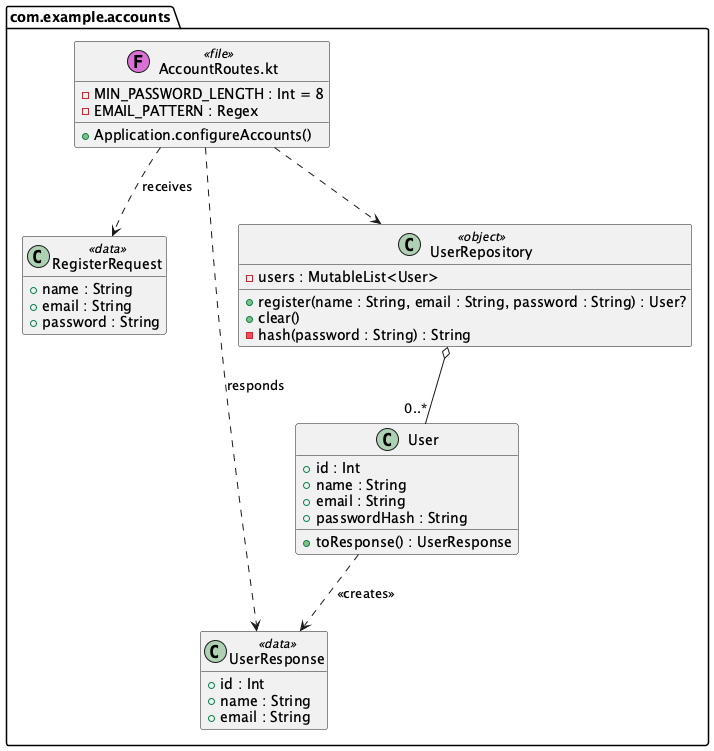
Earlier version of the PlantUML export docs/diagrams/class-accounts.png (Rent-a-car-38291/rent-a-car).
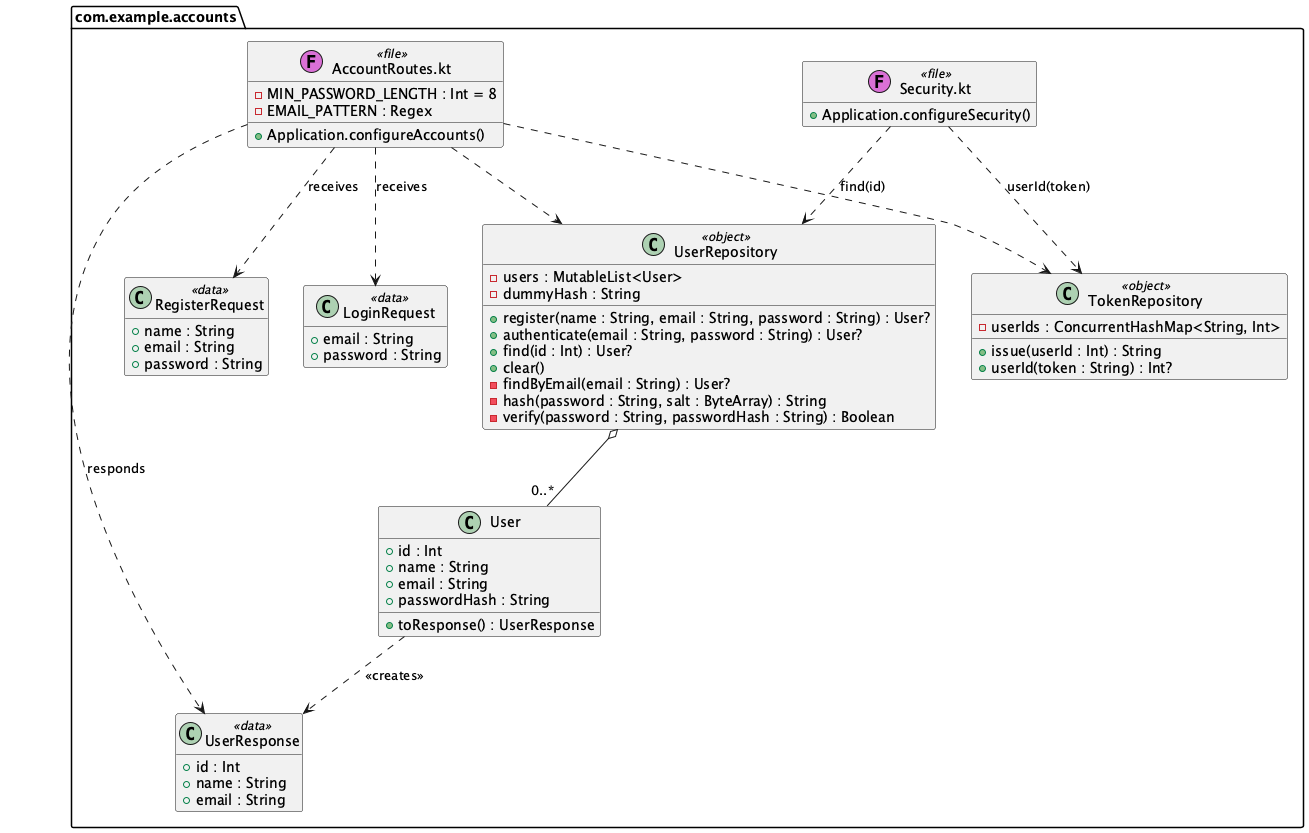
After the change.

The edit, as a diff of the source:
```diff
@@ -7,6 +7,9 @@
     - MIN_PASSWORD_LENGTH : Int = 8
     - EMAIL_PATTERN : Regex
     + Application.configureAccounts()
+  }
+  class "Security.kt" as Security <<(F,orchid) file>> {
+    + Application.configureSecurity()
   }
   class User {
     + id : Int
@@ -20,6 +23,10 @@
     + email : String
     + password : String
   }
+  class LoginRequest <<data>> {
+    + email : String
+    + password : String
+  }
   class UserResponse <<data>> {
     + id : Int
     + name : String
@@ -27,16 +34,30 @@
   }
   class UserRepository <<object>> {
     - users : MutableList<User>
+    - dummyHash : String
     + register(name : String, email : String, password : String) : User?
+    + authenticate(email : String, password : String) : User?
+    + find(id : Int) : User?
     + clear()
-    - hash(password : String) : String
+    - findByEmail(email : String) : User?
+    - hash(password : String, salt : ByteArray) : String
+    - verify(password : String, passwordHash : String) : Boolean
+  }
+  class TokenRepository <<object>> {
+    - userIds : ConcurrentHashMap<String, Int>
+    + issue(userId : Int) : String
+    + userId(token : String) : Int?
   }
 }
 
 UserRepository o-- "0..*" User
 User ..> UserResponse : <<creates>>
 AccountRoutes ..> RegisterRequest : receives
+AccountRoutes ..> LoginRequest : receives
 AccountRoutes ..> UserResponse : responds
 AccountRoutes ..> UserRepository
+AccountRoutes ..> TokenRepository
+Security ..> TokenRepository : userId(token)
+Security ..> UserRepository : find(id)
 
 @enduml
```
